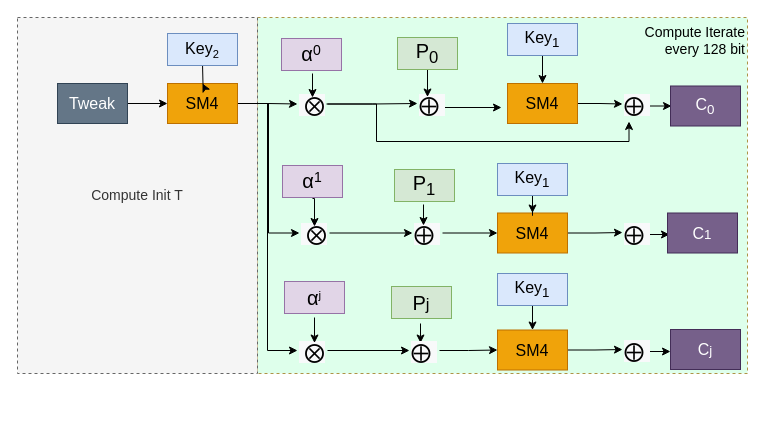
easycody/draw.io keeps this draw.io diagram as serica/sm4-xts-improve.drawio. Above is the earlier version. Source tidied: cells renumbered, new cells numbered last; positions are measured from the earlier drawing's top-left corner, leaving out a move shared by most shapes. Both pictures are drawn from the tidied source at 100%, with x=0, y=0 at pixel (17, 17).
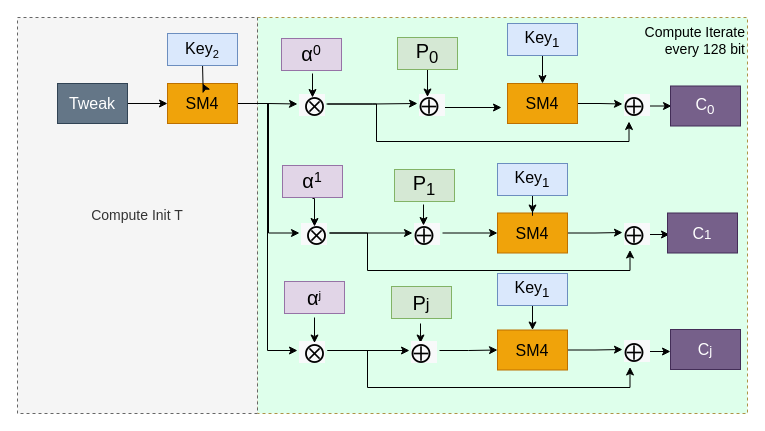
The same page after the edit.

Unchanged cells that the change refers to:
```xml
<mxCell id="12" value="&lt;span style=&quot;color: rgb(0, 0, 0); font-family: Helvetica; font-size: 20px; font-style: normal; font-variant-ligatures: normal; font-variant-caps: normal; font-weight: 400; letter-spacing: normal; orphans: 2; text-align: left; text-indent: 0px; text-transform: none; widows: 2; word-spacing: 0px; -webkit-text-stroke-width: 0px; background-color: rgb(248, 249, 250); text-decoration-thickness: initial; text-decoration-style: initial; text-decoration-color: initial;&quot;&gt;&lt;font face=&quot;微软雅黑&quot; style=&quot;font-size: 20px;&quot;&gt;⨁&lt;/font&gt;&lt;/span&gt;&lt;span style=&quot;color: rgb(0, 0, 0); font-family: Helvetica; font-size: 20px; font-style: normal; font-variant-ligatures: normal; font-variant-caps: normal; font-weight: 400; letter-spacing: normal; orphans: 2; text-align: left; text-indent: 0px; text-transform: none; widows: 2; word-spacing: 0px; -webkit-text-stroke-width: 0px; background-color: rgb(248, 249, 250); text-decoration-thickness: initial; text-decoration-style: initial; text-decoration-color: initial;&quot;&gt;&amp;nbsp;&lt;/span&gt;" style="text;whiteSpace=wrap;html=1;fontSize=20;" parent="1" vertex="1">
  <mxGeometry x="605" y="314.5" width="30" height="35" as="geometry" />
</mxCell>
<mxCell id="19" value="&lt;span style=&quot;color: rgb(0, 0, 0); font-family: 微软雅黑; font-style: normal; font-variant-ligatures: normal; font-variant-caps: normal; font-weight: 400; letter-spacing: normal; orphans: 2; text-align: left; text-indent: 0px; text-transform: none; widows: 2; word-spacing: 0px; -webkit-text-stroke-width: 0px; background-color: rgb(248, 249, 250); text-decoration-thickness: initial; text-decoration-style: initial; text-decoration-color: initial; float: none; display: inline !important;&quot;&gt;&lt;font style=&quot;font-size: 20px;&quot;&gt;&amp;nbsp;⨂&lt;/font&gt;&lt;/span&gt;" style="text;whiteSpace=wrap;html=1;fontSize=20;" parent="1" vertex="1">
  <mxGeometry x="282" y="198" width="30" height="35" as="geometry" />
</mxCell>
<mxCell id="21" value="&lt;span style=&quot;color: rgb(0, 0, 0); font-family: 微软雅黑; font-style: normal; font-variant-ligatures: normal; font-variant-caps: normal; font-weight: 400; letter-spacing: normal; orphans: 2; text-align: left; text-indent: 0px; text-transform: none; widows: 2; word-spacing: 0px; -webkit-text-stroke-width: 0px; background-color: rgb(248, 249, 250); text-decoration-thickness: initial; text-decoration-style: initial; text-decoration-color: initial; float: none; display: inline !important;&quot;&gt;&lt;font style=&quot;font-size: 20px;&quot;&gt;&amp;nbsp;⨂&lt;/font&gt;&lt;/span&gt;" style="text;whiteSpace=wrap;html=1;fontSize=20;" parent="1" vertex="1">
  <mxGeometry x="280" y="315.5" width="30" height="35" as="geometry" />
</mxCell>
<mxCell id="47" value="&lt;span style=&quot;color: rgb(0, 0, 0); font-family: Helvetica; font-size: 20px; font-style: normal; font-variant-ligatures: normal; font-variant-caps: normal; font-weight: 400; letter-spacing: normal; orphans: 2; text-align: left; text-indent: 0px; text-transform: none; widows: 2; word-spacing: 0px; -webkit-text-stroke-width: 0px; background-color: rgb(248, 249, 250); text-decoration-thickness: initial; text-decoration-style: initial; text-decoration-color: initial;&quot;&gt;&lt;font face=&quot;微软雅黑&quot; style=&quot;font-size: 20px;&quot;&gt;⨁&lt;/font&gt;&lt;/span&gt;&lt;span style=&quot;color: rgb(0, 0, 0); font-family: Helvetica; font-size: 20px; font-style: normal; font-variant-ligatures: normal; font-variant-caps: normal; font-weight: 400; letter-spacing: normal; orphans: 2; text-align: left; text-indent: 0px; text-transform: none; widows: 2; word-spacing: 0px; -webkit-text-stroke-width: 0px; background-color: rgb(248, 249, 250); text-decoration-thickness: initial; text-decoration-style: initial; text-decoration-color: initial;&quot;&gt;&amp;nbsp;&lt;/span&gt;" style="text;whiteSpace=wrap;html=1;fontSize=20;" parent="1" vertex="1">
  <mxGeometry x="605" y="197.5" width="30" height="35" as="geometry" />
</mxCell>
```

Change to the diagram source:
```diff
@@
     <mxCell id="2" value="Compute Iterate &lt;br&gt;every 128 bit" style="rounded=0;whiteSpace=wrap;html=1;dashed=1;fontSize=14;strokeColor=#AD9346;fillColor=#DEFFEB;verticalAlign=top;align=right;" parent="1" vertex="1">
-      <mxGeometry x="240" width="490" height="356" as="geometry" />
+      <mxGeometry x="240" width="490" height="396" as="geometry" />
     </mxCell>
     <mxCell id="3" value="Compute Init T" style="rounded=0;whiteSpace=wrap;html=1;fontSize=14;strokeColor=#666666;fillColor=#f5f5f5;dashed=1;fontColor=#333333;" parent="1" vertex="1">
-      <mxGeometry width="240" height="356" as="geometry" />
+      <mxGeometry width="240" height="396" as="geometry" />
     </mxCell>
@@
+    <mxCell id="59" style="edgeStyle=orthogonalEdgeStyle;rounded=0;jettySize=auto;html=1;exitX=1;exitY=0.5;exitDx=0;exitDy=0;entryX=0.25;entryY=1;entryDx=0;entryDy=0;" parent="1" edge="1" source="19" target="47">
+      <mxGeometry relative="1" as="geometry">
+        <Array as="points">
+          <mxPoint x="350" y="216" />
+          <mxPoint x="350" y="253" />
+          <mxPoint x="613" y="253" />
+        </Array>
+      </mxGeometry>
+    </mxCell>
@@
+    <mxCell id="60" style="edgeStyle=orthogonalEdgeStyle;rounded=0;jettySize=auto;html=1;exitX=1;exitY=0.5;exitDx=0;exitDy=0;entryX=0.25;entryY=1;entryDx=0;entryDy=0;" parent="1" edge="1" source="21" target="12">
+      <mxGeometry relative="1" as="geometry">
+        <Array as="points">
+          <mxPoint x="350" y="333" />
+          <mxPoint x="350" y="370" />
+          <mxPoint x="613" y="370" />
+        </Array>
+      </mxGeometry>
+    </mxCell>
```
